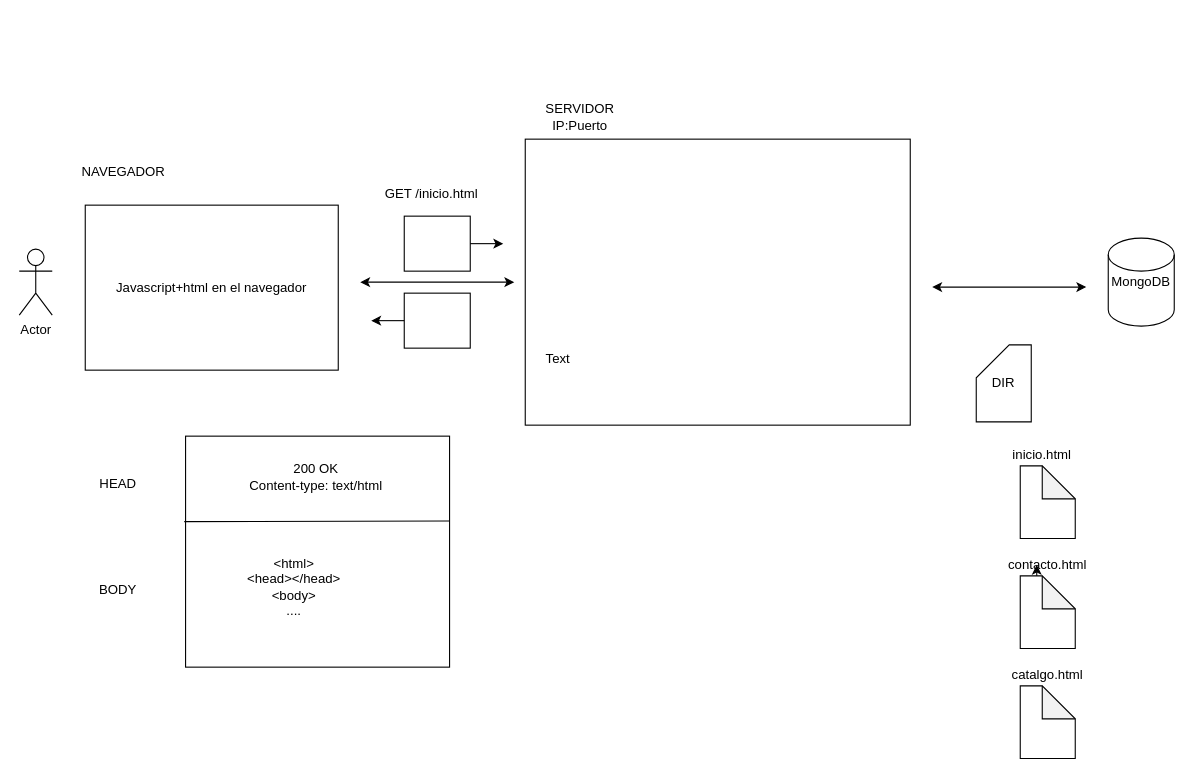
Before: page "Page-3" (3 of 46) of diagramas.drawio in almoril00/MEAN, a draw.io diagram. Source tidied: cells renumbered, new cells numbered last; positions are measured from the earlier drawing's top-left corner, leaving out a move shared by most shapes. Both pictures are drawn from the tidied source at 110%, with x=0, y=0 at pixel (19, 95).
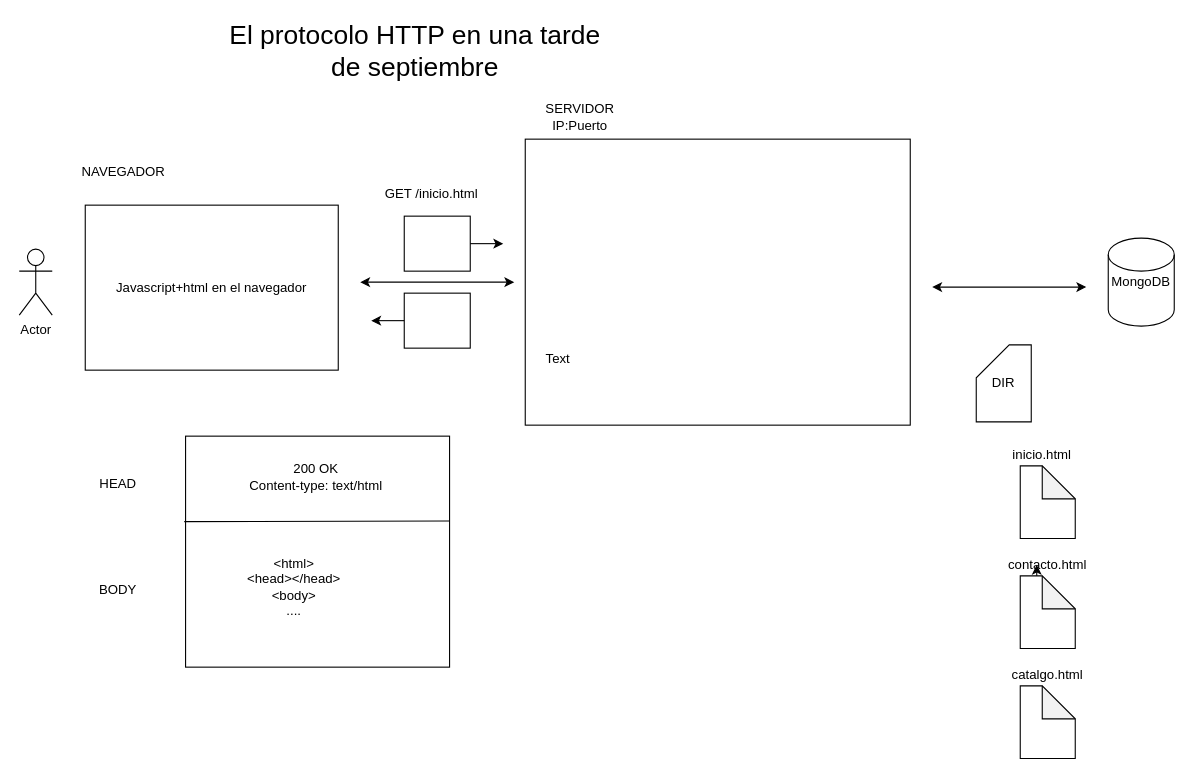
The same page after the edit.

Change to the diagram source:
```diff
@@
+    <mxCell id="30" value="&lt;font style=&quot;font-size: 24px&quot;&gt;El protocolo HTTP en una tarde de septiembre&lt;/font&gt;" style="text;html=1;strokeColor=none;fillColor=none;align=center;verticalAlign=middle;whiteSpace=wrap;rounded=0;" parent="1" vertex="1">
+      <mxGeometry x="180" y="-50" width="360" height="20" as="geometry" />
+    </mxCell>
```
